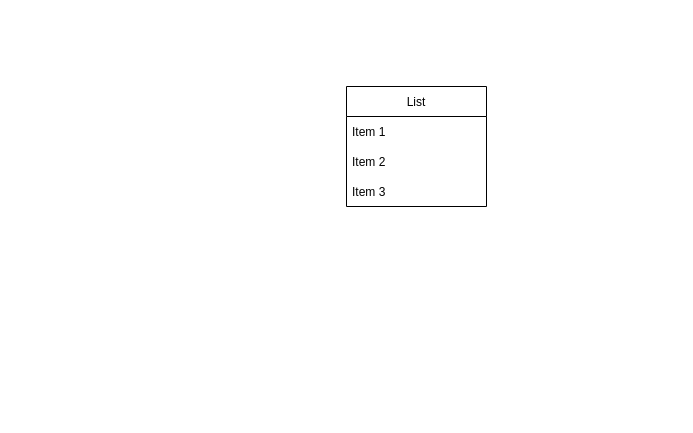
This is Draw.io/Untitled Diagram.drawio from 01Marina/TPE_prog2, a draw.io file, before an edit. Source tidied: cells renumbered, new cells numbered last; positions are measured from the earlier drawing's top-left corner, leaving out a move shared by most shapes. Both pictures are drawn from the tidied source at 100%, with x=0, y=0 at pixel (346, 86).
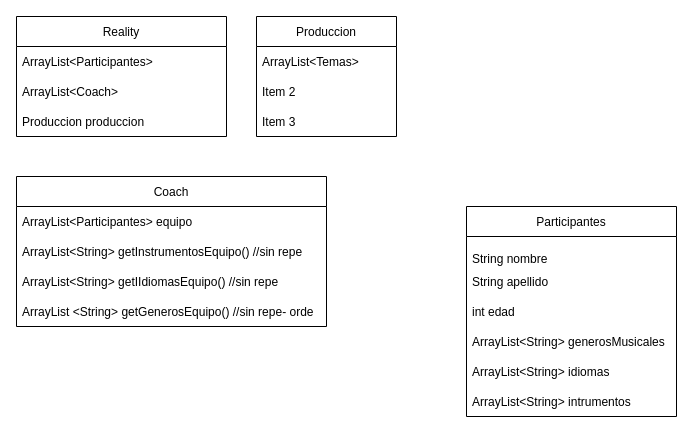
The same diagram, later.

What changed in the source:
```diff
@@
-    <mxCell id="2" value="List" style="swimlane;fontStyle=0;horizontal=1;startSize=30;" parent="1" vertex="1">
-      <mxGeometry width="140" height="120" as="geometry" />
-    </mxCell>
-    <mxCell id="3" value="Item 1" style="text;strokeColor=none;fillColor=none;align=left;verticalAlign=middle;spacingLeft=4;spacingRight=4;overflow=hidden;" parent="2" vertex="1">
-      <mxGeometry y="30" width="140" height="30" as="geometry" />
-    </mxCell>
+    <mxCell id="6" value="Reality" style="swimlane;fontStyle=0;horizontal=1;startSize=30;" parent="1" vertex="1">
+      <mxGeometry x="-330" y="-70" width="210" height="120" as="geometry" />
+    </mxCell>
+    <mxCell id="7" value="ArrayList&lt;Participantes&gt;" style="text;strokeColor=none;fillColor=none;align=left;verticalAlign=middle;spacingLeft=4;spacingRight=4;overflow=hidden;" parent="6" vertex="1">
+      <mxGeometry y="30" width="210" height="30" as="geometry" />
+    </mxCell>
+    <mxCell id="8" value="ArrayList&lt;Coach&gt;" style="text;strokeColor=none;fillColor=none;align=left;verticalAlign=middle;spacingLeft=4;spacingRight=4;overflow=hidden;" parent="6" vertex="1">
+      <mxGeometry y="60" width="210" height="30" as="geometry" />
+    </mxCell>
+    <mxCell id="9" value="Produccion produccion" style="text;strokeColor=none;fillColor=none;align=left;verticalAlign=middle;spacingLeft=4;spacingRight=4;overflow=hidden;" parent="6" vertex="1">
+      <mxGeometry y="90" width="210" height="30" as="geometry" />
+    </mxCell>
+    <mxCell id="10" value="Participantes" style="swimlane;fontStyle=0;horizontal=1;startSize=30;" parent="1" vertex="1">
+      <mxGeometry x="120" y="120" width="210" height="210" as="geometry" />
+    </mxCell>
+    <mxCell id="11" value="&#10;String nombre" style="text;strokeColor=none;fillColor=none;align=left;verticalAlign=middle;spacingLeft=4;spacingRight=4;overflow=hidden;" parent="10" vertex="1">
+      <mxGeometry y="30" width="210" height="30" as="geometry" />
+    </mxCell>
+    <mxCell id="12" value="String apellido" style="text;strokeColor=none;fillColor=none;align=left;verticalAlign=middle;spacingLeft=4;spacingRight=4;overflow=hidden;" parent="10" vertex="1">
+      <mxGeometry y="60" width="210" height="30" as="geometry" />
+    </mxCell>
+    <mxCell id="13" value="int edad" style="text;strokeColor=none;fillColor=none;align=left;verticalAlign=middle;spacingLeft=4;spacingRight=4;overflow=hidden;" parent="10" vertex="1">
+      <mxGeometry y="90" width="210" height="30" as="geometry" />
+    </mxCell>
+    <mxCell id="14" value="ArrayList&lt;String&gt; generosMusicales" style="text;strokeColor=none;fillColor=none;align=left;verticalAlign=middle;spacingLeft=4;spacingRight=4;overflow=hidden;" parent="10" vertex="1">
+      <mxGeometry y="120" width="210" height="30" as="geometry" />
+    </mxCell>
+    <mxCell id="15" value="ArrayList&lt;String&gt; idiomas" style="text;strokeColor=none;fillColor=none;align=left;verticalAlign=middle;spacingLeft=4;spacingRight=4;overflow=hidden;" parent="10" vertex="1">
+      <mxGeometry y="150" width="210" height="30" as="geometry" />
+    </mxCell>
+    <mxCell id="16" value="ArrayList&lt;String&gt; intrumentos" style="text;strokeColor=none;fillColor=none;align=left;verticalAlign=middle;spacingLeft=4;spacingRight=4;overflow=hidden;" parent="10" vertex="1">
+      <mxGeometry y="180" width="210" height="30" as="geometry" />
+    </mxCell>
+    <mxCell id="17" value="Produccion" style="swimlane;fontStyle=0;horizontal=1;startSize=30;" parent="1" vertex="1">
+      <mxGeometry x="-90" y="-70" width="140" height="120" as="geometry" />
+    </mxCell>
+    <mxCell id="18" value="ArrayList&lt;Temas&gt;" style="text;strokeColor=none;fillColor=none;align=left;verticalAlign=middle;spacingLeft=4;spacingRight=4;overflow=hidden;" parent="17" vertex="1">
+      <mxGeometry y="30" width="140" height="30" as="geometry" />
+    </mxCell>
-    <mxCell id="4" value="Item 2" style="text;strokeColor=none;fillColor=none;align=left;verticalAlign=middle;spacingLeft=4;spacingRight=4;overflow=hidden;" parent="2" vertex="1">
+    <mxCell id="4" value="Item 2" style="text;strokeColor=none;fillColor=none;align=left;verticalAlign=middle;spacingLeft=4;spacingRight=4;overflow=hidden;" parent="17" vertex="1">
       <mxGeometry y="60" width="140" height="30" as="geometry" />
     </mxCell>
-    <mxCell id="5" value="Item 3" style="text;strokeColor=none;fillColor=none;align=left;verticalAlign=middle;spacingLeft=4;spacingRight=4;overflow=hidden;" parent="2" vertex="1">
+    <mxCell id="5" value="Item 3" style="text;strokeColor=none;fillColor=none;align=left;verticalAlign=middle;spacingLeft=4;spacingRight=4;overflow=hidden;" parent="17" vertex="1">
       <mxGeometry y="90" width="140" height="30" as="geometry" />
     </mxCell>
+    <mxCell id="19" value="Coach" style="swimlane;fontStyle=0;horizontal=1;startSize=30;" parent="1" vertex="1">
+      <mxGeometry x="-330" y="90" width="310" height="150" as="geometry" />
+    </mxCell>
+    <mxCell id="20" value="ArrayList&lt;Participantes&gt; equipo" style="text;strokeColor=none;fillColor=none;align=left;verticalAlign=middle;spacingLeft=4;spacingRight=4;overflow=hidden;" parent="19" vertex="1">
+      <mxGeometry y="30" width="310" height="30" as="geometry" />
+    </mxCell>
+    <mxCell id="21" value="ArrayList&lt;String&gt; getInstrumentosEquipo() //sin repe" style="text;strokeColor=none;fillColor=none;align=left;verticalAlign=middle;spacingLeft=4;spacingRight=4;overflow=hidden;" parent="19" vertex="1">
+      <mxGeometry y="60" width="310" height="30" as="geometry" />
+    </mxCell>
+    <mxCell id="22" value="ArrayList&lt;String&gt; getIIdiomasEquipo() //sin repe" style="text;strokeColor=none;fillColor=none;align=left;verticalAlign=middle;spacingLeft=4;spacingRight=4;overflow=hidden;" parent="19" vertex="1">
+      <mxGeometry y="90" width="310" height="30" as="geometry" />
+    </mxCell>
+    <mxCell id="23" value="ArrayList &lt;String&gt; getGenerosEquipo() //sin repe- orde" style="text;strokeColor=none;fillColor=none;align=left;verticalAlign=middle;spacingLeft=4;spacingRight=4;overflow=hidden;" parent="19" vertex="1">
+      <mxGeometry y="120" width="310" height="30" as="geometry" />
+    </mxCell>
```
